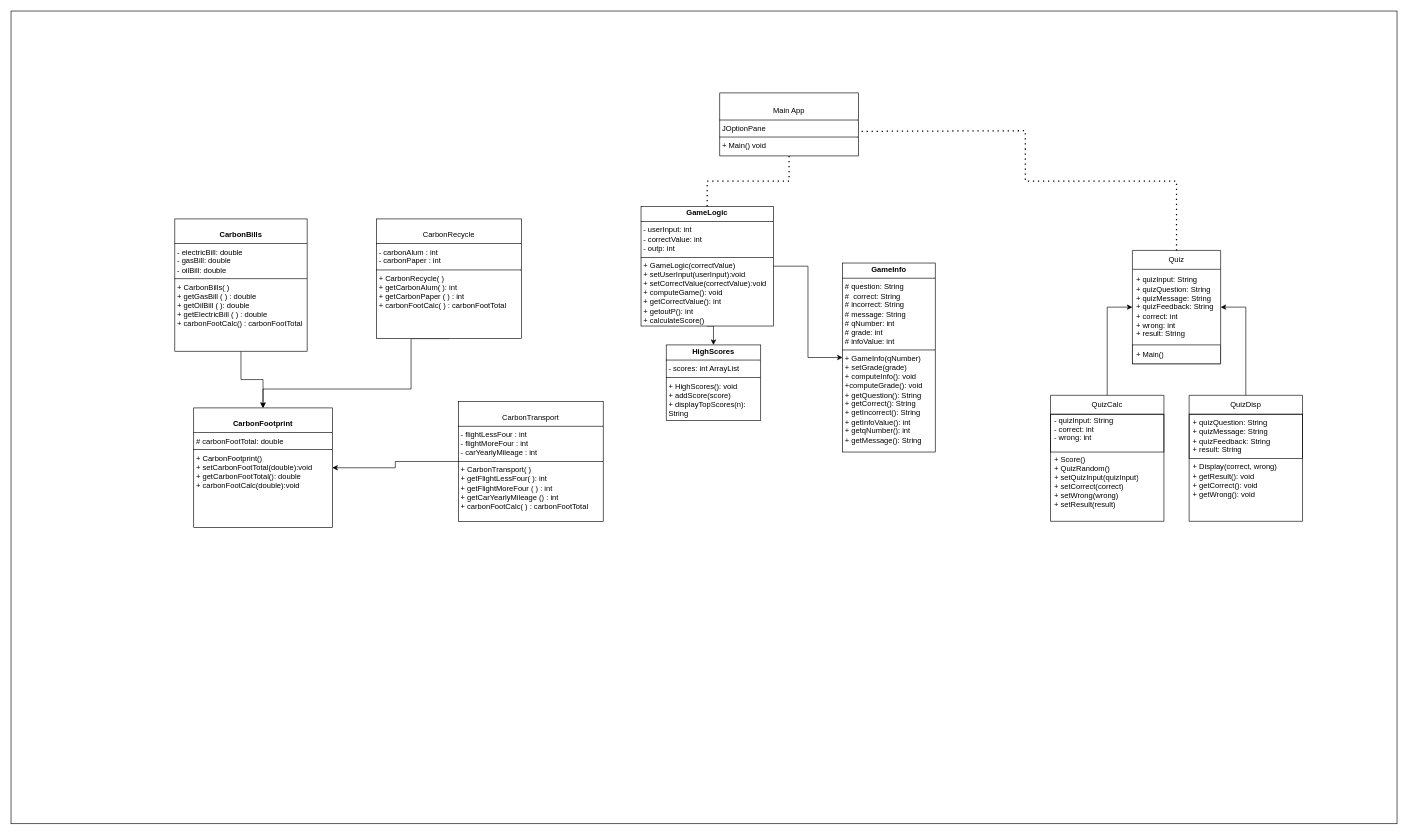
Before: ClassDiagram.drawio in JordanTheCodeless/OOP_SDG_CA, a draw.io diagram. Source tidied: cells renumbered, new cells numbered last; positions are measured from the earlier drawing's top-left corner, leaving out a move shared by most shapes. Both pictures are drawn from the tidied source at 63%, with x=0, y=0 at pixel (11, 11).
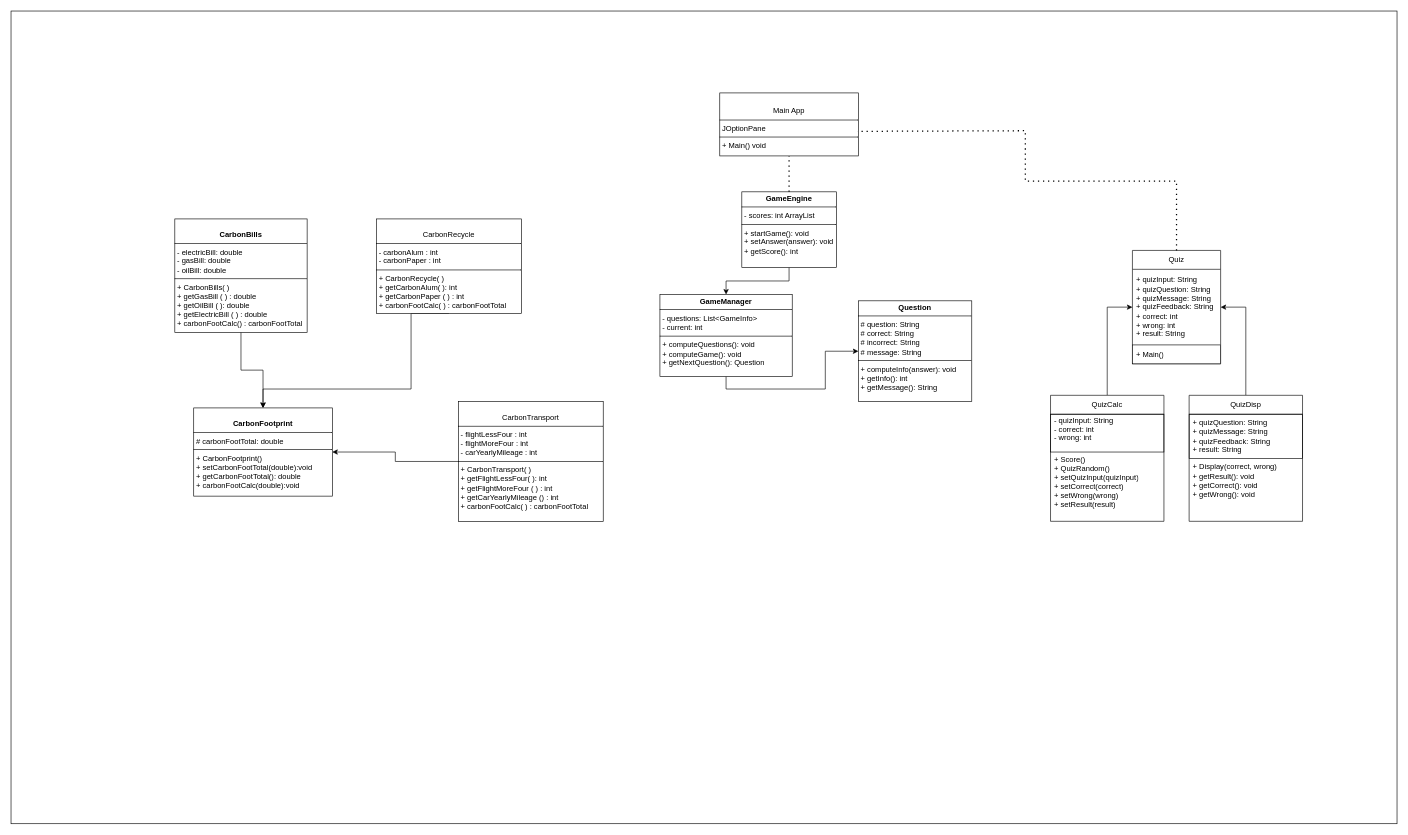
The same page after the edit.

Commit message:
Final changes Andre Diagram

Unchanged cells that the change refers to:
```xml
<mxCell id="25" value="&lt;p style=&quot;margin:0px;margin-top:4px;text-align:center;&quot;&gt;&lt;br&gt;&lt;/p&gt;&lt;p style=&quot;margin:0px;margin-top:4px;text-align:center;&quot;&gt;Main App&lt;/p&gt;&lt;hr size=&quot;1&quot; style=&quot;border-style:solid;&quot;&gt;&lt;p style=&quot;margin:0px;margin-left:4px;&quot;&gt;JOptionPane&lt;/p&gt;&lt;hr size=&quot;1&quot; style=&quot;border-style:solid;&quot;&gt;&lt;p style=&quot;margin:0px;margin-left:4px;&quot;&gt;+ Main() void&lt;/p&gt;" style="verticalAlign=top;align=left;overflow=fill;html=1;whiteSpace=wrap;" parent="1" vertex="1">
  <mxGeometry x="1125" y="130" width="220" height="100" as="geometry" />
</mxCell>
```

What changed in the source:
```diff
@@
     <mxCell id="3" value="&lt;p style=&quot;margin:0px;margin-top:4px;text-align:center;&quot;&gt;&lt;br&gt;&lt;b&gt;CarbonFootprint&lt;/b&gt;&lt;br&gt;&lt;/p&gt;&lt;hr size=&quot;1&quot; style=&quot;border-style:solid;&quot;&gt;&lt;p style=&quot;margin:0px;margin-left:4px;&quot;&gt;# carbonFootTotal: double&lt;br&gt;&lt;/p&gt;&lt;hr size=&quot;1&quot; style=&quot;border-style:solid;&quot;&gt;&lt;p style=&quot;margin:0px;margin-left:4px;&quot;&gt;+ CarbonFootprint()&lt;br&gt;+ setCarbonFootTotal(double):void&lt;/p&gt;&lt;p style=&quot;margin:0px;margin-left:4px;&quot;&gt;+ getCarbonFootTotal(): double&lt;/p&gt;&lt;p style=&quot;margin:0px;margin-left:4px;&quot;&gt;+ carbonFootCalc(double):void&lt;br&gt;&lt;/p&gt;" style="verticalAlign=top;align=left;overflow=fill;html=1;whiteSpace=wrap;" parent="1" vertex="1">
-      <mxGeometry x="290" y="630" width="220" height="190" as="geometry" />
+      <mxGeometry x="290" y="630" width="220" height="140" as="geometry" />
     </mxCell>
@@
     <mxCell id="5" value="&lt;p style=&quot;margin:0px;margin-top:4px;text-align:center;&quot;&gt;&lt;br&gt;&lt;b&gt;CarbonBills&lt;/b&gt;&lt;br&gt;&lt;/p&gt;&lt;hr size=&quot;1&quot; style=&quot;border-style:solid;&quot;&gt;&lt;p style=&quot;margin:0px;margin-left:4px;&quot;&gt;- electricBill: double&lt;/p&gt;&lt;p style=&quot;margin:0px;margin-left:4px;&quot;&gt;- gasBill: double&lt;/p&gt;&lt;p style=&quot;margin:0px;margin-left:4px;&quot;&gt;- oilBill: double&lt;br&gt;&lt;/p&gt;&lt;hr size=&quot;1&quot; style=&quot;border-style:solid;&quot;&gt;&lt;p style=&quot;margin:0px;margin-left:4px;&quot;&gt;+ CarbonBills( )&lt;br&gt;&lt;/p&gt;&lt;p style=&quot;margin:0px;margin-left:4px;&quot;&gt;+ getGasBill ( ) : double&lt;br&gt;+ getOilBill ( ): double&lt;/p&gt;&lt;p style=&quot;margin:0px;margin-left:4px;&quot;&gt;+ getElectricBill ( ) : double&lt;/p&gt;&lt;p style=&quot;margin:0px;margin-left:4px;&quot;&gt;+ carbonFootCalc() : carbonFootTotal&lt;br&gt;&lt;/p&gt;" style="verticalAlign=top;align=left;overflow=fill;html=1;whiteSpace=wrap;" parent="1" vertex="1">
-      <mxGeometry x="260" y="330" width="210" height="210" as="geometry" />
+      <mxGeometry x="260" y="330" width="210" height="180" as="geometry" />
     </mxCell>
+    <mxCell id="30" style="edgeStyle=orthogonalEdgeStyle;rounded=0;jettySize=auto;html=1;" parent="1" edge="1" source="6" target="9">
+      <mxGeometry relative="1" as="geometry" />
+    </mxCell>
-    <mxCell id="6" value="&lt;p style=&quot;margin:0px;margin-top:4px;text-align:center;&quot;&gt;&lt;b&gt;HighScores&lt;/b&gt;&lt;/p&gt;&lt;hr size=&quot;1&quot; style=&quot;border-style:solid;&quot;&gt;&lt;p style=&quot;margin:0px;margin-left:4px;&quot;&gt;- scores: int ArrayList&amp;nbsp;&lt;/p&gt;&lt;hr size=&quot;1&quot; style=&quot;border-style:solid;&quot;&gt;&lt;p style=&quot;margin:0px;margin-left:4px;&quot;&gt;+ HighScores(): void&lt;/p&gt;&lt;p style=&quot;margin:0px;margin-left:4px;&quot;&gt;+ addScore(score)&lt;/p&gt;&lt;p style=&quot;margin:0px;margin-left:4px;&quot;&gt;+ displayTopScores(n): String&lt;/p&gt;" style="verticalAlign=top;align=left;overflow=fill;html=1;whiteSpace=wrap;" parent="1" vertex="1">
-      <mxGeometry x="1040" y="530" width="150" height="120" as="geometry" />
+    <mxCell id="6" value="&lt;p style=&quot;margin:0px;margin-top:4px;text-align:center;&quot;&gt;&lt;b&gt;GameEngine&lt;/b&gt;&lt;/p&gt;&lt;hr size=&quot;1&quot; style=&quot;border-style:solid;&quot;&gt;&lt;p style=&quot;margin:0px;margin-left:4px;&quot;&gt;- scores: int ArrayList&amp;nbsp;&lt;/p&gt;&lt;hr size=&quot;1&quot; style=&quot;border-style:solid;&quot;&gt;&lt;p style=&quot;margin:0px;margin-left:4px;&quot;&gt;+ startGame(): void&lt;br&gt;&lt;/p&gt;&lt;p style=&quot;margin:0px;margin-left:4px;&quot;&gt;+ setAnswer(answer): void&lt;/p&gt;&lt;p style=&quot;margin:0px;margin-left:4px;&quot;&gt;+ getScore(): int&lt;/p&gt;" style="verticalAlign=top;align=left;overflow=fill;html=1;whiteSpace=wrap;" parent="1" vertex="1">
+      <mxGeometry x="1160" y="287" width="150" height="120" as="geometry" />
     </mxCell>
-    <mxCell id="7" style="edgeStyle=orthogonalEdgeStyle;rounded=0;jettySize=auto;html=1;exitX=1;exitY=0.5;exitDx=0;exitDy=0;entryX=0;entryY=0.5;entryDx=0;entryDy=0;" parent="1" edge="1" source="9" target="11">
+    <mxCell id="7" style="edgeStyle=orthogonalEdgeStyle;rounded=0;jettySize=auto;html=1;exitX=0.5;exitY=1;exitDx=0;exitDy=0;entryX=0;entryY=0.5;entryDx=0;entryDy=0;" parent="1" edge="1" source="9" target="11">
       <mxGeometry relative="1" as="geometry" />
     </mxCell>
-    <mxCell id="8" style="edgeStyle=orthogonalEdgeStyle;rounded=0;jettySize=auto;html=1;exitX=0.5;exitY=1;exitDx=0;exitDy=0;entryX=0.5;entryY=0;entryDx=0;entryDy=0;" parent="1" edge="1" source="9" target="6">
-      <mxGeometry relative="1" as="geometry" />
-    </mxCell>
-    <mxCell id="9" value="&lt;p style=&quot;margin:0px;margin-top:4px;text-align:center;&quot;&gt;&lt;b&gt;GameLogic&lt;/b&gt;&lt;/p&gt;&lt;hr size=&quot;1&quot; style=&quot;border-style:solid;&quot;&gt;&lt;p style=&quot;margin: 0px 0px 0px 4px;&quot;&gt;- userInput: int&lt;/p&gt;&lt;p style=&quot;margin: 0px 0px 0px 4px;&quot;&gt;- correctValue: int&lt;/p&gt;&lt;p style=&quot;margin: 0px 0px 0px 4px;&quot;&gt;- outp: int&lt;/p&gt;&lt;hr size=&quot;1&quot; style=&quot;border-style:solid;&quot;&gt;&lt;p style=&quot;margin:0px;margin-left:4px;&quot;&gt;+ GameLogic(correctValue)&lt;/p&gt;&lt;p style=&quot;margin:0px;margin-left:4px;&quot;&gt;+ setUserInput(userInput):void&lt;/p&gt;&lt;p style=&quot;margin:0px;margin-left:4px;&quot;&gt;+ setCorrectValue(correctValue):void&lt;/p&gt;&lt;p style=&quot;margin:0px;margin-left:4px;&quot;&gt;+ computeGame(): void&lt;/p&gt;&lt;p style=&quot;margin:0px;margin-left:4px;&quot;&gt;+ getCorrectValue(): int&lt;/p&gt;&lt;p style=&quot;margin:0px;margin-left:4px;&quot;&gt;+ getoutP(): int&lt;/p&gt;&lt;p style=&quot;margin:0px;margin-left:4px;&quot;&gt;+ calculateScore()&lt;/p&gt;" style="verticalAlign=top;align=left;overflow=fill;html=1;whiteSpace=wrap;" parent="1" vertex="1">
-      <mxGeometry x="1000" y="310" width="210" height="190" as="geometry" />
+    <mxCell id="9" value="&lt;p style=&quot;margin:0px;margin-top:4px;text-align:center;&quot;&gt;&lt;b&gt;GameManager&lt;/b&gt;&lt;/p&gt;&lt;hr size=&quot;1&quot; style=&quot;border-style:solid;&quot;&gt;&lt;p style=&quot;margin: 0px 0px 0px 4px;&quot;&gt;&lt;span style=&quot;background-color: initial;&quot;&gt;- questions: List&amp;lt;GameInfo&amp;gt;&lt;/span&gt;&lt;br&gt;&lt;/p&gt;&lt;p style=&quot;margin: 0px 0px 0px 4px;&quot;&gt;&lt;span style=&quot;background-color: initial;&quot;&gt;- current: int&lt;/span&gt;&lt;/p&gt;&lt;hr size=&quot;1&quot; style=&quot;border-style:solid;&quot;&gt;&lt;p style=&quot;margin:0px;margin-left:4px;&quot;&gt;+ computeQuestions(): void&lt;/p&gt;&lt;p style=&quot;margin:0px;margin-left:4px;&quot;&gt;+ computeGame(): void&lt;/p&gt;&lt;p style=&quot;margin:0px;margin-left:4px;&quot;&gt;+ getNextQuestion(): Question&lt;/p&gt;" style="verticalAlign=top;align=left;overflow=fill;html=1;whiteSpace=wrap;" parent="1" vertex="1">
+      <mxGeometry x="1030" y="450" width="210" height="130" as="geometry" />
     </mxCell>
@@
-    <mxCell id="11" value="&lt;p style=&quot;margin:0px;margin-top:4px;text-align:center;&quot;&gt;&lt;b&gt;GameInfo&lt;/b&gt;&lt;/p&gt;&lt;hr size=&quot;1&quot; style=&quot;border-style:solid;&quot;&gt;&lt;p style=&quot;margin:0px;margin-left:4px;&quot;&gt;&lt;span style=&quot;background-color: initial;&quot;&gt;# question: String&amp;nbsp;&lt;/span&gt;&lt;br&gt;&lt;/p&gt;&lt;p style=&quot;margin:0px;margin-left:4px;&quot;&gt;#&amp;nbsp; correct: String&amp;nbsp;&lt;/p&gt;&lt;p style=&quot;margin:0px;margin-left:4px;&quot;&gt;# incorrect: String&lt;/p&gt;&lt;p style=&quot;margin:0px;margin-left:4px;&quot;&gt;# message: String&lt;/p&gt;&lt;p style=&quot;margin:0px;margin-left:4px;&quot;&gt;&lt;span style=&quot;background-color: initial;&quot;&gt;# qNumber: int&lt;/span&gt;&lt;/p&gt;&lt;p style=&quot;margin:0px;margin-left:4px;&quot;&gt;# grade: int&lt;/p&gt;&lt;p style=&quot;margin:0px;margin-left:4px;&quot;&gt;# infoValue: int&lt;/p&gt;&lt;hr size=&quot;1&quot; style=&quot;border-style:solid;&quot;&gt;&lt;p style=&quot;margin:0px;margin-left:4px;&quot;&gt;+ GameInfo(qNumber)&lt;/p&gt;&lt;p style=&quot;margin:0px;margin-left:4px;&quot;&gt;+ setGrade(grade)&lt;/p&gt;&lt;p style=&quot;margin:0px;margin-left:4px;&quot;&gt;+ computeInfo(): void&lt;/p&gt;&lt;p style=&quot;margin:0px;margin-left:4px;&quot;&gt;+computeGrade(): void&lt;/p&gt;&lt;p style=&quot;margin:0px;margin-left:4px;&quot;&gt;+ getQuestion(): String&lt;/p&gt;&lt;p style=&quot;margin:0px;margin-left:4px;&quot;&gt;+ getCorrect(): String&lt;/p&gt;&lt;p style=&quot;margin:0px;margin-left:4px;&quot;&gt;+ getIncorrect(): String&lt;/p&gt;&lt;p style=&quot;margin:0px;margin-left:4px;&quot;&gt;+ getInfoValue(): int&lt;/p&gt;&lt;p style=&quot;margin:0px;margin-left:4px;&quot;&gt;+ getqNumber(): int&lt;/p&gt;&lt;p style=&quot;margin:0px;margin-left:4px;&quot;&gt;+ getMessage(): String&lt;/p&gt;" style="verticalAlign=top;align=left;overflow=fill;html=1;whiteSpace=wrap;" parent="1" vertex="1">
-      <mxGeometry x="1320" y="400" width="147" height="300" as="geometry" />
+    <mxCell id="11" value="&lt;p style=&quot;margin:0px;margin-top:4px;text-align:center;&quot;&gt;&lt;b&gt;Question&lt;/b&gt;&lt;/p&gt;&lt;hr size=&quot;1&quot; style=&quot;border-style:solid;&quot;&gt;&lt;p style=&quot;margin:0px;margin-left:4px;&quot;&gt;&lt;span style=&quot;background-color: initial;&quot;&gt;# question: String&amp;nbsp;&lt;/span&gt;&lt;br&gt;&lt;/p&gt;&lt;p style=&quot;margin:0px;margin-left:4px;&quot;&gt;# correct: String&amp;nbsp;&lt;/p&gt;&lt;p style=&quot;margin:0px;margin-left:4px;&quot;&gt;# incorrect: String&lt;/p&gt;&lt;p style=&quot;margin:0px;margin-left:4px;&quot;&gt;# message: String&lt;/p&gt;&lt;hr size=&quot;1&quot; style=&quot;border-style:solid;&quot;&gt;&lt;p style=&quot;margin:0px;margin-left:4px;&quot;&gt;&lt;span style=&quot;background-color: initial;&quot;&gt;+ computeInfo(answer): void&lt;/span&gt;&lt;/p&gt;&lt;p style=&quot;margin:0px;margin-left:4px;&quot;&gt;+ getInfo(): int&lt;/p&gt;&lt;p style=&quot;margin:0px;margin-left:4px;&quot;&gt;+ getMessage(): String&lt;/p&gt;" style="verticalAlign=top;align=left;overflow=fill;html=1;whiteSpace=wrap;" parent="1" vertex="1">
+      <mxGeometry x="1345" y="460" width="180" height="160" as="geometry" />
     </mxCell>
@@
-    <mxCell id="26" style="endArrow=none;dashed=1;html=1;dashPattern=1 3;strokeWidth=2;rounded=0;entryX=0.5;entryY=1;entryDx=0;entryDy=0;exitX=0.5;exitY=0;exitDx=0;exitDy=0;edgeStyle=orthogonalEdgeStyle;" parent="1" edge="1" source="9" target="25">
-      <mxGeometry relative="1" as="geometry">
-        <Array as="points">
-          <mxPoint x="1105" y="270" />
-          <mxPoint x="1235" y="270" />
-        </Array>
-      </mxGeometry>
-    </mxCell>
@@
     <mxCell id="28" value="&lt;p style=&quot;margin:0px;margin-top:4px;text-align:center;&quot;&gt;&lt;br&gt;CarbonRecycle&lt;br&gt;&lt;/p&gt;&lt;hr size=&quot;1&quot; style=&quot;border-style:solid;&quot;&gt;&lt;p style=&quot;margin:0px;margin-left:4px;&quot;&gt;- carbonAlum : int&lt;br&gt;- carbonPaper : int&lt;br&gt;&lt;/p&gt;&lt;hr size=&quot;1&quot; style=&quot;border-style:solid;&quot;&gt;&lt;p style=&quot;margin:0px;margin-left:4px;&quot;&gt;+ CarbonRecycle( )&lt;/p&gt;&lt;p style=&quot;margin:0px;margin-left:4px;&quot;&gt;+ getCarbonAlum( ): int&lt;/p&gt;&lt;p style=&quot;margin:0px;margin-left:4px;&quot;&gt;+ getCarbonPaper ( ) : int&lt;/p&gt;&lt;p style=&quot;margin:0px;margin-left:4px;&quot;&gt;+ carbonFootCalc( ) : carbonFootTotal&lt;br&gt;&lt;/p&gt;&lt;p style=&quot;margin:0px;margin-left:4px;&quot;&gt;&lt;br&gt;&lt;/p&gt;" style="verticalAlign=top;align=left;overflow=fill;html=1;whiteSpace=wrap;" parent="1" vertex="1">
-      <mxGeometry x="580" y="330" width="230" height="190" as="geometry" />
+      <mxGeometry x="580" y="330" width="230" height="150" as="geometry" />
     </mxCell>
@@
+    <mxCell id="31" style="endArrow=none;dashed=1;html=1;dashPattern=1 3;strokeWidth=2;rounded=0;entryX=0.5;entryY=1;entryDx=0;entryDy=0;exitX=0.5;exitY=0;exitDx=0;exitDy=0;edgeStyle=orthogonalEdgeStyle;" parent="1" edge="1" source="6" target="25">
+      <mxGeometry relative="1" as="geometry">
+        <Array as="points">
+          <mxPoint x="1235" y="250" />
+          <mxPoint x="1235" y="250" />
+        </Array>
+      </mxGeometry>
+    </mxCell>
```
